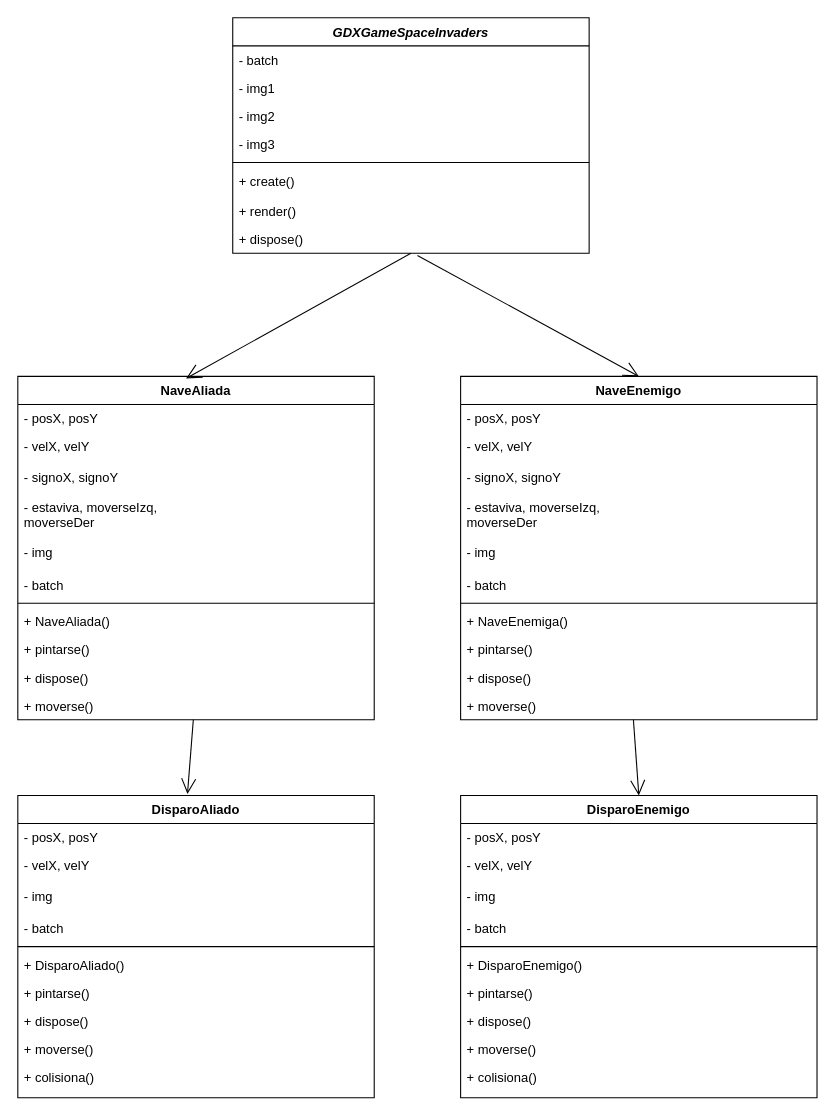
Earlier version of the draw.io diagram Diagramas/DiagramaClasesSpaceInvaders.drawio (FranBuenoBerlanga/SpaceInvadersSCRUM). Source tidied: cells renumbered, new cells numbered last; positions are measured from the earlier drawing's top-left corner, leaving out a move shared by most shapes. Both pictures are drawn from the tidied source at 108%, with x=0, y=0 at pixel (17, 17).
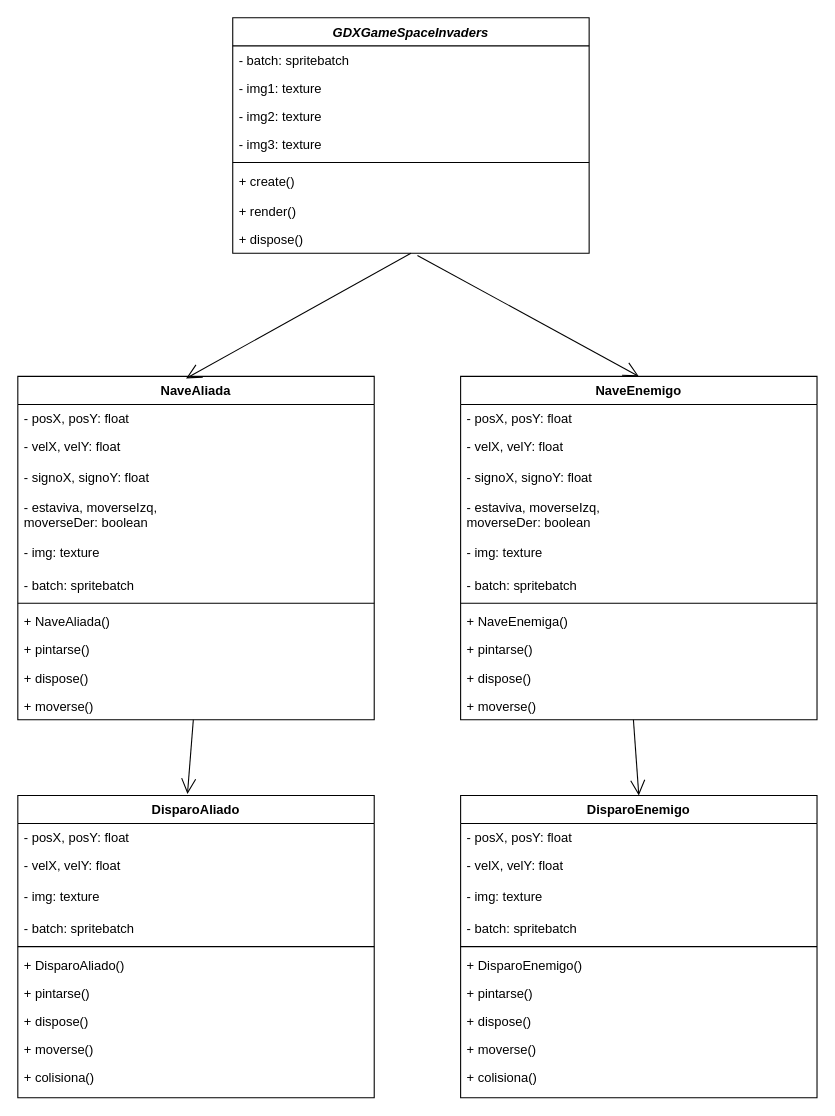
After the change.

Commit message:
Diagrama de clases Space Invaders actualizado

The change refers to these unchanged cells:
```xml
<mxCell id="2" value="GDXGameSpaceInvaders" style="swimlane;fontStyle=3;align=center;verticalAlign=top;horizontal=1;startSize=26;rounded=0;shadow=0;strokeWidth=1;" parent="1" vertex="1">
  <mxGeometry x="199" width="330" height="218" as="geometry" />
</mxCell>
<mxCell id="11" value="NaveAliada" style="swimlane;fontStyle=1;align=center;verticalAlign=top;horizontal=1;startSize=26;rounded=0;shadow=0;strokeWidth=1;" parent="1" vertex="1">
  <mxGeometry y="332" width="330" height="318" as="geometry" />
</mxCell>
<mxCell id="23" value="NaveEnemigo" style="swimlane;fontStyle=1;align=center;verticalAlign=top;horizontal=1;startSize=26;rounded=0;shadow=0;strokeWidth=1;" parent="1" vertex="1">
  <mxGeometry x="410" y="332" width="330" height="318" as="geometry" />
</mxCell>
<mxCell id="35" value="DisparoAliado" style="swimlane;fontStyle=1;align=center;verticalAlign=top;horizontal=1;startSize=26;rounded=0;shadow=0;strokeWidth=1;" parent="1" vertex="1">
  <mxGeometry y="720" width="330" height="280" as="geometry" />
</mxCell>
<mxCell id="46" value="DisparoEnemigo" style="swimlane;fontStyle=1;align=center;verticalAlign=top;horizontal=1;startSize=26;rounded=0;shadow=0;strokeWidth=1;" parent="1" vertex="1">
  <mxGeometry x="410" y="720" width="330" height="280" as="geometry" />
</mxCell>
```

Diff of the diagram source:
```diff
@@
-    <mxCell id="3" value="- batch" style="text;align=left;verticalAlign=top;spacingLeft=4;spacingRight=4;overflow=hidden;" parent="2" vertex="1">
+    <mxCell id="3" value="- batch: spritebatch" style="text;align=left;verticalAlign=top;spacingLeft=4;spacingRight=4;overflow=hidden;" parent="2" vertex="1">
       <mxGeometry y="26" width="330" height="26" as="geometry" />
     </mxCell>
-    <mxCell id="4" value="- img1" style="text;align=left;verticalAlign=top;spacingLeft=4;spacingRight=4;overflow=hidden;rounded=0;shadow=0;html=0;" parent="2" vertex="1">
+    <mxCell id="4" value="- img1: texture" style="text;align=left;verticalAlign=top;spacingLeft=4;spacingRight=4;overflow=hidden;rounded=0;shadow=0;html=0;" parent="2" vertex="1">
       <mxGeometry y="52" width="330" height="26" as="geometry" />
     </mxCell>
-    <mxCell id="5" value="- img2" style="text;align=left;verticalAlign=top;spacingLeft=4;spacingRight=4;overflow=hidden;rounded=0;shadow=0;html=0;" parent="2" vertex="1">
+    <mxCell id="5" value="- img2: texture" style="text;align=left;verticalAlign=top;spacingLeft=4;spacingRight=4;overflow=hidden;rounded=0;shadow=0;html=0;" parent="2" vertex="1">
       <mxGeometry y="78" width="330" height="26" as="geometry" />
     </mxCell>
-    <mxCell id="6" value="- img3" style="text;align=left;verticalAlign=top;spacingLeft=4;spacingRight=4;overflow=hidden;rounded=0;shadow=0;html=0;" parent="2" vertex="1">
+    <mxCell id="6" value="- img3: texture" style="text;align=left;verticalAlign=top;spacingLeft=4;spacingRight=4;overflow=hidden;rounded=0;shadow=0;html=0;" parent="2" vertex="1">
       <mxGeometry y="104" width="330" height="26" as="geometry" />
     </mxCell>
@@
-    <mxCell id="12" value="- posX, posY" style="text;align=left;verticalAlign=top;spacingLeft=4;spacingRight=4;overflow=hidden;" parent="11" vertex="1">
+    <mxCell id="12" value="- posX, posY: float" style="text;align=left;verticalAlign=top;spacingLeft=4;spacingRight=4;overflow=hidden;" parent="11" vertex="1">
       <mxGeometry y="26" width="330" height="26" as="geometry" />
     </mxCell>
-    <mxCell id="13" value="- velX, velY" style="text;align=left;verticalAlign=top;spacingLeft=4;spacingRight=4;overflow=hidden;rounded=0;shadow=0;html=0;" parent="11" vertex="1">
+    <mxCell id="13" value="- velX, velY: float" style="text;align=left;verticalAlign=top;spacingLeft=4;spacingRight=4;overflow=hidden;rounded=0;shadow=0;html=0;" parent="11" vertex="1">
       <mxGeometry y="52" width="330" height="28" as="geometry" />
     </mxCell>
-    <mxCell id="14" value="- signoX, signoY" style="text;align=left;verticalAlign=top;spacingLeft=4;spacingRight=4;overflow=hidden;rounded=0;shadow=0;html=0;" parent="11" vertex="1">
+    <mxCell id="14" value="- signoX, signoY: float" style="text;align=left;verticalAlign=top;spacingLeft=4;spacingRight=4;overflow=hidden;rounded=0;shadow=0;html=0;" parent="11" vertex="1">
       <mxGeometry y="80" width="330" height="28" as="geometry" />
     </mxCell>
-    <mxCell id="15" value="- estaviva, moverseIzq, &#10;moverseDer" style="text;align=left;verticalAlign=top;spacingLeft=4;spacingRight=4;overflow=hidden;rounded=0;shadow=0;html=0;" parent="11" vertex="1">
+    <mxCell id="15" value="- estaviva, moverseIzq, &#10;moverseDer: boolean" style="text;align=left;verticalAlign=top;spacingLeft=4;spacingRight=4;overflow=hidden;rounded=0;shadow=0;html=0;" parent="11" vertex="1">
       <mxGeometry y="108" width="330" height="42" as="geometry" />
     </mxCell>
-    <mxCell id="16" value="- img" style="text;align=left;verticalAlign=top;spacingLeft=4;spacingRight=4;overflow=hidden;rounded=0;shadow=0;html=0;" parent="11" vertex="1">
+    <mxCell id="16" value="- img: texture" style="text;align=left;verticalAlign=top;spacingLeft=4;spacingRight=4;overflow=hidden;rounded=0;shadow=0;html=0;" parent="11" vertex="1">
       <mxGeometry y="150" width="330" height="30" as="geometry" />
     </mxCell>
-    <mxCell id="17" value="- batch" style="text;align=left;verticalAlign=top;spacingLeft=4;spacingRight=4;overflow=hidden;" parent="11" vertex="1">
+    <mxCell id="17" value="- batch: spritebatch" style="text;align=left;verticalAlign=top;spacingLeft=4;spacingRight=4;overflow=hidden;" parent="11" vertex="1">
       <mxGeometry y="180" width="330" height="26" as="geometry" />
     </mxCell>
@@
-    <mxCell id="24" value="- posX, posY" style="text;align=left;verticalAlign=top;spacingLeft=4;spacingRight=4;overflow=hidden;" parent="23" vertex="1">
+    <mxCell id="24" value="- posX, posY: float&#10; " style="text;align=left;verticalAlign=top;spacingLeft=4;spacingRight=4;overflow=hidden;" parent="23" vertex="1">
       <mxGeometry y="26" width="330" height="26" as="geometry" />
     </mxCell>
-    <mxCell id="25" value="- velX, velY" style="text;align=left;verticalAlign=top;spacingLeft=4;spacingRight=4;overflow=hidden;rounded=0;shadow=0;html=0;" parent="23" vertex="1">
+    <mxCell id="25" value="- velX, velY: float" style="text;align=left;verticalAlign=top;spacingLeft=4;spacingRight=4;overflow=hidden;rounded=0;shadow=0;html=0;" parent="23" vertex="1">
       <mxGeometry y="52" width="330" height="28" as="geometry" />
     </mxCell>
-    <mxCell id="26" value="- signoX, signoY" style="text;align=left;verticalAlign=top;spacingLeft=4;spacingRight=4;overflow=hidden;rounded=0;shadow=0;html=0;" parent="23" vertex="1">
+    <mxCell id="26" value="- signoX, signoY: float" style="text;align=left;verticalAlign=top;spacingLeft=4;spacingRight=4;overflow=hidden;rounded=0;shadow=0;html=0;" parent="23" vertex="1">
       <mxGeometry y="80" width="330" height="28" as="geometry" />
     </mxCell>
-    <mxCell id="27" value="- estaviva, moverseIzq, &#10;moverseDer" style="text;align=left;verticalAlign=top;spacingLeft=4;spacingRight=4;overflow=hidden;rounded=0;shadow=0;html=0;" parent="23" vertex="1">
+    <mxCell id="27" value="- estaviva, moverseIzq, &#10;moverseDer: boolean" style="text;align=left;verticalAlign=top;spacingLeft=4;spacingRight=4;overflow=hidden;rounded=0;shadow=0;html=0;" parent="23" vertex="1">
       <mxGeometry y="108" width="330" height="42" as="geometry" />
     </mxCell>
-    <mxCell id="28" value="- img" style="text;align=left;verticalAlign=top;spacingLeft=4;spacingRight=4;overflow=hidden;rounded=0;shadow=0;html=0;" parent="23" vertex="1">
+    <mxCell id="28" value="- img: texture" style="text;align=left;verticalAlign=top;spacingLeft=4;spacingRight=4;overflow=hidden;rounded=0;shadow=0;html=0;" parent="23" vertex="1">
       <mxGeometry y="150" width="330" height="30" as="geometry" />
     </mxCell>
-    <mxCell id="29" value="- batch" style="text;align=left;verticalAlign=top;spacingLeft=4;spacingRight=4;overflow=hidden;" parent="23" vertex="1">
+    <mxCell id="29" value="- batch: spritebatch" style="text;align=left;verticalAlign=top;spacingLeft=4;spacingRight=4;overflow=hidden;" parent="23" vertex="1">
       <mxGeometry y="180" width="330" height="26" as="geometry" />
     </mxCell>
@@
-    <mxCell id="36" value="- posX, posY" style="text;align=left;verticalAlign=top;spacingLeft=4;spacingRight=4;overflow=hidden;" parent="35" vertex="1">
+    <mxCell id="36" value="- posX, posY: float" style="text;align=left;verticalAlign=top;spacingLeft=4;spacingRight=4;overflow=hidden;" parent="35" vertex="1">
       <mxGeometry y="26" width="330" height="26" as="geometry" />
     </mxCell>
-    <mxCell id="37" value="- velX, velY" style="text;align=left;verticalAlign=top;spacingLeft=4;spacingRight=4;overflow=hidden;rounded=0;shadow=0;html=0;" parent="35" vertex="1">
+    <mxCell id="37" value="- velX, velY: float" style="text;align=left;verticalAlign=top;spacingLeft=4;spacingRight=4;overflow=hidden;rounded=0;shadow=0;html=0;" parent="35" vertex="1">
       <mxGeometry y="52" width="330" height="28" as="geometry" />
     </mxCell>
-    <mxCell id="38" value="- img" style="text;align=left;verticalAlign=top;spacingLeft=4;spacingRight=4;overflow=hidden;rounded=0;shadow=0;html=0;" parent="35" vertex="1">
+    <mxCell id="38" value="- img: texture" style="text;align=left;verticalAlign=top;spacingLeft=4;spacingRight=4;overflow=hidden;rounded=0;shadow=0;html=0;" parent="35" vertex="1">
       <mxGeometry y="80" width="330" height="30" as="geometry" />
     </mxCell>
-    <mxCell id="39" value="- batch" style="text;align=left;verticalAlign=top;spacingLeft=4;spacingRight=4;overflow=hidden;" parent="35" vertex="1">
+    <mxCell id="39" value="- batch: spritebatch" style="text;align=left;verticalAlign=top;spacingLeft=4;spacingRight=4;overflow=hidden;" parent="35" vertex="1">
       <mxGeometry y="110" width="330" height="26" as="geometry" />
     </mxCell>
@@
-    <mxCell id="47" value="- posX, posY" style="text;align=left;verticalAlign=top;spacingLeft=4;spacingRight=4;overflow=hidden;" parent="46" vertex="1">
+    <mxCell id="47" value="- posX, posY: float" style="text;align=left;verticalAlign=top;spacingLeft=4;spacingRight=4;overflow=hidden;" parent="46" vertex="1">
       <mxGeometry y="26" width="330" height="26" as="geometry" />
     </mxCell>
-    <mxCell id="48" value="- velX, velY" style="text;align=left;verticalAlign=top;spacingLeft=4;spacingRight=4;overflow=hidden;rounded=0;shadow=0;html=0;" parent="46" vertex="1">
+    <mxCell id="48" value="- velX, velY: float" style="text;align=left;verticalAlign=top;spacingLeft=4;spacingRight=4;overflow=hidden;rounded=0;shadow=0;html=0;" parent="46" vertex="1">
       <mxGeometry y="52" width="330" height="28" as="geometry" />
     </mxCell>
-    <mxCell id="49" value="- img" style="text;align=left;verticalAlign=top;spacingLeft=4;spacingRight=4;overflow=hidden;rounded=0;shadow=0;html=0;" parent="46" vertex="1">
+    <mxCell id="49" value="- img: texture" style="text;align=left;verticalAlign=top;spacingLeft=4;spacingRight=4;overflow=hidden;rounded=0;shadow=0;html=0;" parent="46" vertex="1">
       <mxGeometry y="80" width="330" height="30" as="geometry" />
     </mxCell>
-    <mxCell id="50" value="- batch" style="text;align=left;verticalAlign=top;spacingLeft=4;spacingRight=4;overflow=hidden;" parent="46" vertex="1">
+    <mxCell id="50" value="- batch: spritebatch" style="text;align=left;verticalAlign=top;spacingLeft=4;spacingRight=4;overflow=hidden;" parent="46" vertex="1">
       <mxGeometry y="110" width="330" height="26" as="geometry" />
     </mxCell>
```
